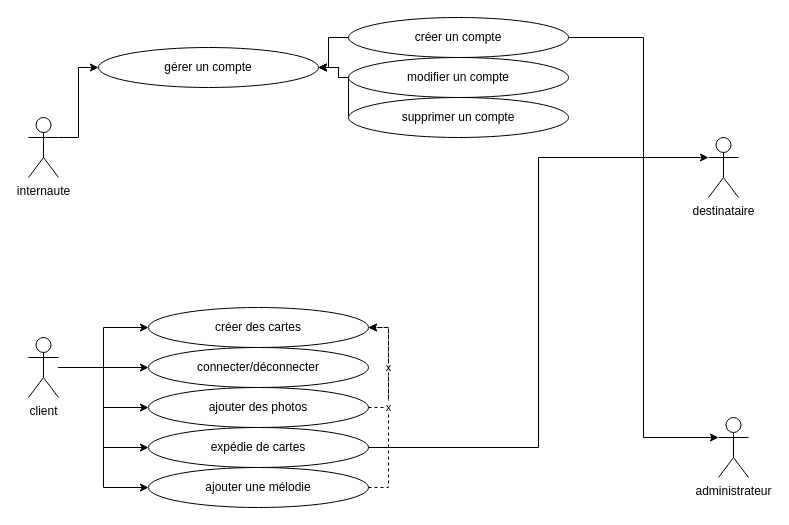
This is TD2/TD2-Exercie5.drawio from AlexisCou/Analyse, a draw.io file, before an edit. Source tidied: cells renumbered, new cells numbered last; positions are measured from the earlier drawing's top-left corner, leaving out a move shared by most shapes. Both pictures are drawn from the tidied source at 100%, with x=0, y=0 at pixel (28, 17).
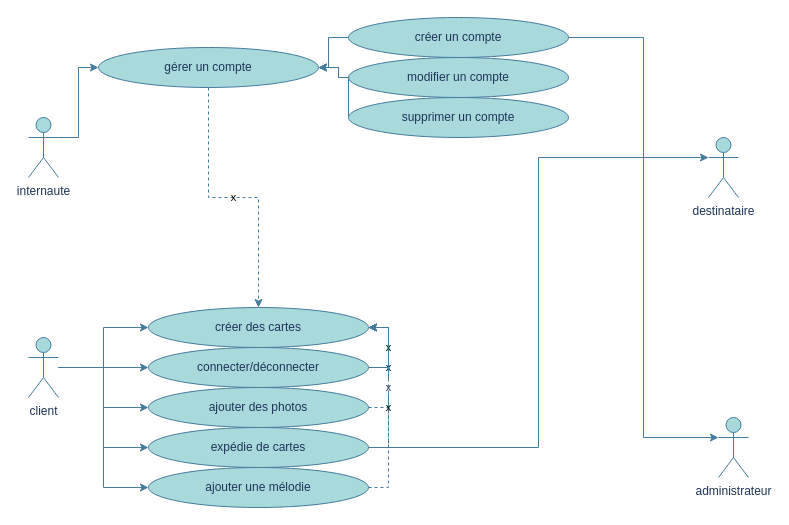
After the change.

Commit message (it also covers changes not shown here):
Mettre à jour TD2-Exercie5.drawio

Change to the diagram source:
```diff
@@
-<mxGraphModel>
+<mxGraphModel background="light-dark(#FFFFFF,#000000)">
@@
-    <mxCell id="2" style="edgeStyle=orthogonalEdgeStyle;rounded=0;jettySize=auto;html=1;exitX=1;exitY=0.3333333333333333;exitDx=0;exitDy=0;exitPerimeter=0;entryX=0;entryY=0.5;entryDx=0;entryDy=0;" parent="1" edge="1" source="3" target="12">
+    <mxCell id="2" style="edgeStyle=orthogonalEdgeStyle;rounded=0;jettySize=auto;html=1;exitX=1;exitY=0.3333333333333333;exitDx=0;exitDy=0;exitPerimeter=0;entryX=0;entryY=0.5;entryDx=0;entryDy=0;labelBackgroundColor=none;strokeColor=#457B9D;fontColor=default;" parent="1" edge="1" source="3" target="12">
       <mxGeometry relative="1" as="geometry" />
     </mxCell>
-    <mxCell id="3" value="internaute" style="shape=umlActor;verticalLabelPosition=bottom;verticalAlign=top;html=1;outlineConnect=0;" parent="1" vertex="1">
+    <mxCell id="3" value="internaute" style="shape=umlActor;verticalLabelPosition=bottom;verticalAlign=top;html=1;outlineConnect=0;labelBackgroundColor=none;fillColor=#A8DADC;strokeColor=#457B9D;fontColor=#1D3557;" parent="1" vertex="1">
       <mxGeometry y="100" width="30" height="60" as="geometry" />
     </mxCell>
-    <mxCell id="4" style="edgeStyle=orthogonalEdgeStyle;rounded=0;jettySize=auto;html=1;" parent="1" edge="1" source="9" target="21">
+    <mxCell id="4" style="edgeStyle=orthogonalEdgeStyle;rounded=0;jettySize=auto;html=1;labelBackgroundColor=none;strokeColor=#457B9D;fontColor=default;" parent="1" edge="1" source="9" target="21">
       <mxGeometry relative="1" as="geometry" />
     </mxCell>
-    <mxCell id="5" style="edgeStyle=orthogonalEdgeStyle;rounded=0;jettySize=auto;html=1;" parent="1" edge="1" source="9" target="22">
+    <mxCell id="5" style="edgeStyle=orthogonalEdgeStyle;rounded=0;jettySize=auto;html=1;labelBackgroundColor=none;strokeColor=#457B9D;fontColor=default;" parent="1" edge="1" source="9" target="22">
       <mxGeometry relative="1" as="geometry" />
     </mxCell>
-    <mxCell id="6" style="edgeStyle=orthogonalEdgeStyle;rounded=0;jettySize=auto;html=1;entryX=0;entryY=0.5;entryDx=0;entryDy=0;" parent="1" edge="1" source="9" target="14">
+    <mxCell id="6" style="edgeStyle=orthogonalEdgeStyle;rounded=0;jettySize=auto;html=1;entryX=0;entryY=0.5;entryDx=0;entryDy=0;labelBackgroundColor=none;strokeColor=#457B9D;fontColor=default;" parent="1" edge="1" source="9" target="14">
       <mxGeometry relative="1" as="geometry" />
     </mxCell>
-    <mxCell id="7" style="edgeStyle=orthogonalEdgeStyle;rounded=0;jettySize=auto;html=1;entryX=0;entryY=0.5;entryDx=0;entryDy=0;" parent="1" edge="1" source="9" target="24">
+    <mxCell id="7" style="edgeStyle=orthogonalEdgeStyle;rounded=0;jettySize=auto;html=1;entryX=0;entryY=0.5;entryDx=0;entryDy=0;labelBackgroundColor=none;strokeColor=#457B9D;fontColor=default;" parent="1" edge="1" source="9" target="24">
       <mxGeometry relative="1" as="geometry" />
     </mxCell>
-    <mxCell id="8" style="edgeStyle=orthogonalEdgeStyle;rounded=0;jettySize=auto;html=1;entryX=0;entryY=0.5;entryDx=0;entryDy=0;" parent="1" edge="1" source="9" target="27">
+    <mxCell id="8" style="edgeStyle=orthogonalEdgeStyle;rounded=0;jettySize=auto;html=1;entryX=0;entryY=0.5;entryDx=0;entryDy=0;labelBackgroundColor=none;strokeColor=#457B9D;fontColor=default;" parent="1" edge="1" source="9" target="27">
       <mxGeometry relative="1" as="geometry" />
     </mxCell>
-    <mxCell id="9" value="client" style="shape=umlActor;verticalLabelPosition=bottom;verticalAlign=top;html=1;outlineConnect=0;" parent="1" vertex="1">
+    <mxCell id="9" value="client" style="shape=umlActor;verticalLabelPosition=bottom;verticalAlign=top;html=1;outlineConnect=0;labelBackgroundColor=none;fillColor=#A8DADC;strokeColor=#457B9D;fontColor=#1D3557;" parent="1" vertex="1">
       <mxGeometry y="320" width="30" height="60" as="geometry" />
     </mxCell>
-    <mxCell id="10" value="administrateur" style="shape=umlActor;verticalLabelPosition=bottom;verticalAlign=top;html=1;outlineConnect=0;" parent="1" vertex="1">
+    <mxCell id="10" value="administrateur" style="shape=umlActor;verticalLabelPosition=bottom;verticalAlign=top;html=1;outlineConnect=0;labelBackgroundColor=none;fillColor=#A8DADC;strokeColor=#457B9D;fontColor=#1D3557;" parent="1" vertex="1">
       <mxGeometry x="690" y="400" width="30" height="60" as="geometry" />
     </mxCell>
-    <mxCell id="11" value="destinataire" style="shape=umlActor;verticalLabelPosition=bottom;verticalAlign=top;html=1;outlineConnect=0;" parent="1" vertex="1">
+    <mxCell id="11" value="destinataire" style="shape=umlActor;verticalLabelPosition=bottom;verticalAlign=top;html=1;outlineConnect=0;labelBackgroundColor=none;fillColor=#A8DADC;strokeColor=#457B9D;fontColor=#1D3557;" parent="1" vertex="1">
       <mxGeometry x="680" y="120" width="30" height="60" as="geometry" />
     </mxCell>
+    <mxCell id="28" value="x" style="edgeStyle=orthogonalEdgeStyle;rounded=0;jettySize=auto;html=1;entryX=0.5;entryY=0;entryDx=0;entryDy=0;dashed=1;labelBackgroundColor=none;strokeColor=#457B9D;fontColor=default;" parent="1" edge="1" source="12" target="21">
+      <mxGeometry relative="1" as="geometry" />
+    </mxCell>
-    <mxCell id="12" value="gérer un compte" style="ellipse;whiteSpace=wrap;html=1;" parent="1" vertex="1">
+    <mxCell id="12" value="gérer un compte" style="ellipse;whiteSpace=wrap;html=1;labelBackgroundColor=none;fillColor=#A8DADC;strokeColor=#457B9D;fontColor=#1D3557;" parent="1" vertex="1">
       <mxGeometry x="70" y="30" width="220" height="40" as="geometry" />
     </mxCell>
-    <mxCell id="13" value="x" style="edgeStyle=orthogonalEdgeStyle;rounded=0;jettySize=auto;html=1;entryX=1;entryY=0.5;entryDx=0;entryDy=0;dashed=1;" parent="1" edge="1" source="14" target="21">
+    <mxCell id="13" value="x" style="edgeStyle=orthogonalEdgeStyle;rounded=0;jettySize=auto;html=1;entryX=1;entryY=0.5;entryDx=0;entryDy=0;dashed=1;labelBackgroundColor=none;strokeColor=#457B9D;fontColor=default;" parent="1" edge="1" source="14" target="21">
       <mxGeometry relative="1" as="geometry">
         <Array as="points">
           <mxPoint x="360" y="390" />
           <mxPoint x="360" y="310" />
         </Array>
       </mxGeometry>
     </mxCell>
-    <mxCell id="14" value="ajouter des photos" style="ellipse;whiteSpace=wrap;html=1;" parent="1" vertex="1">
+    <mxCell id="14" value="ajouter des photos" style="ellipse;whiteSpace=wrap;html=1;labelBackgroundColor=none;fillColor=#A8DADC;strokeColor=#457B9D;fontColor=#1D3557;" parent="1" vertex="1">
       <mxGeometry x="120" y="370" width="220" height="40" as="geometry" />
     </mxCell>
-    <mxCell id="15" style="edgeStyle=orthogonalEdgeStyle;rounded=0;jettySize=auto;html=1;exitX=0;exitY=0.5;exitDx=0;exitDy=0;entryX=1;entryY=0.5;entryDx=0;entryDy=0;" parent="1" edge="1" source="16" target="12">
+    <mxCell id="15" style="edgeStyle=orthogonalEdgeStyle;rounded=0;jettySize=auto;html=1;exitX=0;exitY=0.5;exitDx=0;exitDy=0;entryX=1;entryY=0.5;entryDx=0;entryDy=0;labelBackgroundColor=none;strokeColor=#457B9D;fontColor=default;" parent="1" edge="1" source="16" target="12">
       <mxGeometry relative="1" as="geometry">
         <Array as="points">
           <mxPoint x="320" y="60" />
           <mxPoint x="310" y="60" />
           <mxPoint x="310" y="50" />
         </Array>
       </mxGeometry>
     </mxCell>
-    <mxCell id="16" value="supprimer un compte" style="ellipse;whiteSpace=wrap;html=1;" parent="1" vertex="1">
+    <mxCell id="16" value="supprimer un compte" style="ellipse;whiteSpace=wrap;html=1;labelBackgroundColor=none;fillColor=#A8DADC;strokeColor=#457B9D;fontColor=#1D3557;" parent="1" vertex="1">
       <mxGeometry x="320" y="80" width="220" height="40" as="geometry" />
     </mxCell>
-    <mxCell id="17" style="edgeStyle=orthogonalEdgeStyle;rounded=0;jettySize=auto;html=1;exitX=0;exitY=0.5;exitDx=0;exitDy=0;" parent="1" edge="1" source="18">
+    <mxCell id="17" style="edgeStyle=orthogonalEdgeStyle;rounded=0;jettySize=auto;html=1;exitX=0;exitY=0.5;exitDx=0;exitDy=0;labelBackgroundColor=none;strokeColor=#457B9D;fontColor=default;" parent="1" edge="1" source="18">
       <mxGeometry relative="1" as="geometry">
         <mxPoint x="290" y="50" as="targetPoint" />
         <Array as="points">
           <mxPoint x="310" y="60" />
           <mxPoint x="310" y="50" />
         </Array>
       </mxGeometry>
     </mxCell>
-    <mxCell id="18" value="modifier un compte" style="ellipse;whiteSpace=wrap;html=1;" parent="1" vertex="1">
+    <mxCell id="18" value="modifier un compte" style="ellipse;whiteSpace=wrap;html=1;labelBackgroundColor=none;fillColor=#A8DADC;strokeColor=#457B9D;fontColor=#1D3557;" parent="1" vertex="1">
       <mxGeometry x="320" y="40" width="220" height="40" as="geometry" />
     </mxCell>
-    <mxCell id="19" style="edgeStyle=orthogonalEdgeStyle;rounded=0;jettySize=auto;html=1;exitX=0;exitY=0.5;exitDx=0;exitDy=0;entryX=1;entryY=0.5;entryDx=0;entryDy=0;" parent="1" edge="1" source="20" target="12">
+    <mxCell id="19" style="edgeStyle=orthogonalEdgeStyle;rounded=0;jettySize=auto;html=1;exitX=0;exitY=0.5;exitDx=0;exitDy=0;entryX=1;entryY=0.5;entryDx=0;entryDy=0;labelBackgroundColor=none;strokeColor=#457B9D;fontColor=default;" parent="1" edge="1" source="20" target="12">
       <mxGeometry relative="1" as="geometry" />
     </mxCell>
-    <mxCell id="20" value="créer un compte" style="ellipse;whiteSpace=wrap;html=1;" parent="1" vertex="1">
+    <mxCell id="20" value="créer un compte" style="ellipse;whiteSpace=wrap;html=1;labelBackgroundColor=none;fillColor=#A8DADC;strokeColor=#457B9D;fontColor=#1D3557;" parent="1" vertex="1">
       <mxGeometry x="320" width="220" height="40" as="geometry" />
     </mxCell>
-    <mxCell id="21" value="créer des cartes" style="ellipse;whiteSpace=wrap;html=1;" parent="1" vertex="1">
+    <mxCell id="21" value="créer des cartes" style="ellipse;whiteSpace=wrap;html=1;labelBackgroundColor=none;fillColor=#A8DADC;strokeColor=#457B9D;fontColor=#1D3557;" parent="1" vertex="1">
       <mxGeometry x="120" y="290" width="220" height="40" as="geometry" />
     </mxCell>
+    <mxCell id="29" value="x" style="edgeStyle=orthogonalEdgeStyle;rounded=0;jettySize=auto;html=1;labelBackgroundColor=none;strokeColor=#457B9D;fontColor=default;" parent="1" edge="1" source="22">
+      <mxGeometry relative="1" as="geometry">
+        <mxPoint x="340" y="310" as="targetPoint" />
+        <Array as="points">
+          <mxPoint x="360" y="350" />
+          <mxPoint x="360" y="310" />
+        </Array>
+      </mxGeometry>
+    </mxCell>
-    <mxCell id="22" value="connecter/déconnecter" style="ellipse;whiteSpace=wrap;html=1;" parent="1" vertex="1">
+    <mxCell id="22" value="connecter/déconnecter" style="ellipse;whiteSpace=wrap;html=1;labelBackgroundColor=none;fillColor=#A8DADC;strokeColor=#457B9D;fontColor=#1D3557;" parent="1" vertex="1">
       <mxGeometry x="120" y="330" width="220" height="40" as="geometry" />
     </mxCell>
-    <mxCell id="23" style="edgeStyle=orthogonalEdgeStyle;rounded=0;jettySize=auto;html=1;entryX=0;entryY=0.3333333333333333;entryDx=0;entryDy=0;entryPerimeter=0;" parent="1" edge="1" source="20" target="10">
+    <mxCell id="23" style="edgeStyle=orthogonalEdgeStyle;rounded=0;jettySize=auto;html=1;entryX=0;entryY=0.3333333333333333;entryDx=0;entryDy=0;entryPerimeter=0;labelBackgroundColor=none;strokeColor=#457B9D;fontColor=default;" parent="1" edge="1" source="20" target="10">
       <mxGeometry relative="1" as="geometry" />
     </mxCell>
+    <mxCell id="30" value="x" style="edgeStyle=orthogonalEdgeStyle;rounded=0;jettySize=auto;html=1;entryX=1;entryY=0.5;entryDx=0;entryDy=0;strokeColor=#457B9D;fontColor=#1D3557;fillColor=#A8DADC;dashed=1;" parent="1" edge="1" source="24" target="21">
+      <mxGeometry relative="1" as="geometry">
+        <Array as="points">
+          <mxPoint x="360" y="430" />
+          <mxPoint x="360" y="310" />
+        </Array>
+      </mxGeometry>
+    </mxCell>
-    <mxCell id="24" value="expédie de cartes" style="ellipse;whiteSpace=wrap;html=1;" parent="1" vertex="1">
+    <mxCell id="24" value="expédie de cartes" style="ellipse;whiteSpace=wrap;html=1;labelBackgroundColor=none;fillColor=#A8DADC;strokeColor=#457B9D;fontColor=#1D3557;" parent="1" vertex="1">
       <mxGeometry x="120" y="410" width="220" height="40" as="geometry" />
     </mxCell>
-    <mxCell id="25" style="edgeStyle=orthogonalEdgeStyle;rounded=0;jettySize=auto;html=1;entryX=0;entryY=0.3333333333333333;entryDx=0;entryDy=0;entryPerimeter=0;" parent="1" edge="1" source="24" target="11">
+    <mxCell id="25" style="edgeStyle=orthogonalEdgeStyle;rounded=0;jettySize=auto;html=1;entryX=0;entryY=0.3333333333333333;entryDx=0;entryDy=0;entryPerimeter=0;labelBackgroundColor=none;strokeColor=#457B9D;fontColor=default;" parent="1" edge="1" source="24" target="11">
       <mxGeometry relative="1" as="geometry" />
     </mxCell>
-    <mxCell id="26" value="x" style="edgeStyle=orthogonalEdgeStyle;rounded=0;jettySize=auto;html=1;entryX=1;entryY=0.5;entryDx=0;entryDy=0;dashed=1;" parent="1" edge="1" source="27" target="21">
+    <mxCell id="26" value="x" style="edgeStyle=orthogonalEdgeStyle;rounded=0;jettySize=auto;html=1;entryX=1;entryY=0.5;entryDx=0;entryDy=0;dashed=1;labelBackgroundColor=none;strokeColor=#457B9D;fontColor=default;" parent="1" edge="1" source="27" target="21">
       <mxGeometry relative="1" as="geometry">
         <Array as="points">
           <mxPoint x="360" y="470" />
           <mxPoint x="360" y="310" />
         </Array>
       </mxGeometry>
     </mxCell>
-    <mxCell id="27" value="ajouter une mélodie" style="ellipse;whiteSpace=wrap;html=1;" parent="1" vertex="1">
+    <mxCell id="27" value="ajouter une mélodie" style="ellipse;whiteSpace=wrap;html=1;labelBackgroundColor=none;fillColor=#A8DADC;strokeColor=#457B9D;fontColor=#1D3557;" parent="1" vertex="1">
       <mxGeometry x="120" y="450" width="220" height="40" as="geometry" />
     </mxCell>
```
